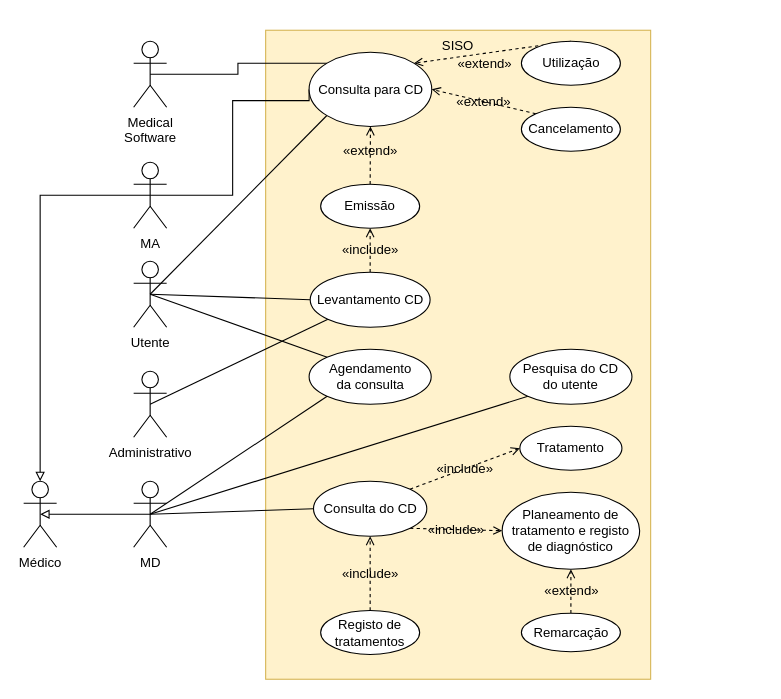
Before: page "2.4a" (2 of 3) of P/P2/P2.drawio in DavidAraujo98/AS, a draw.io diagram. Source tidied: cells renumbered, new cells numbered last; positions are measured from the earlier drawing's top-left corner, leaving out a move shared by most shapes. Both pictures are drawn from the tidied source at 110%, with x=0, y=0 at pixel (23, 30).
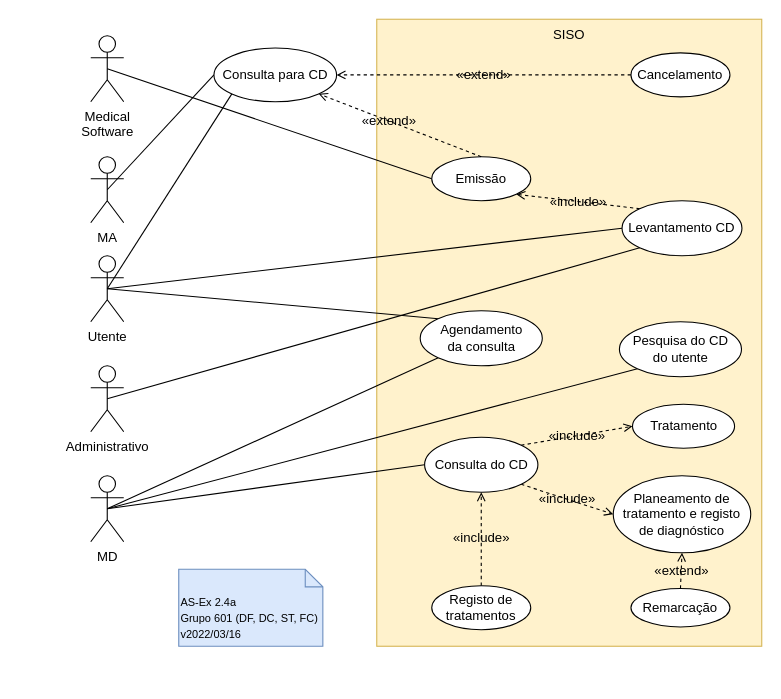
Above is the later version.

Diff of the diagram source:
```diff
@@
     <mxCell id="2" value="SISO" style="rounded=0;whiteSpace=wrap;html=1;verticalAlign=top;fillColor=#fff2cc;strokeColor=#d6b656;" parent="1" vertex="1">
-      <mxGeometry x="220" width="350" height="590" as="geometry" />
+      <mxGeometry x="321" y="-10" width="350" height="570" as="geometry" />
     </mxCell>
-    <mxCell id="3" value="Médico" style="shape=umlActor;verticalLabelPosition=bottom;verticalAlign=top;html=1;outlineConnect=0;" parent="1" vertex="1">
-      <mxGeometry y="410" width="30" height="60" as="geometry" />
-    </mxCell>
-    <mxCell id="4" style="edgeStyle=orthogonalEdgeStyle;rounded=0;jettySize=auto;html=1;exitX=0.5;exitY=0.5;exitDx=0;exitDy=0;exitPerimeter=0;entryX=0.5;entryY=0;entryDx=0;entryDy=0;entryPerimeter=0;labelBackgroundColor=none;fontSize=12;endArrow=block;endFill=0;" parent="1" edge="1" source="6" target="3">
-      <mxGeometry relative="1" as="geometry" />
-    </mxCell>
-    <mxCell id="5" style="edgeStyle=orthogonalEdgeStyle;rounded=0;jettySize=auto;html=1;exitX=0.5;exitY=0.5;exitDx=0;exitDy=0;exitPerimeter=0;entryX=0;entryY=0.5;entryDx=0;entryDy=0;labelBackgroundColor=none;fontSize=12;startArrow=none;startFill=0;endArrow=none;endFill=0;strokeColor=#000000;" parent="1" edge="1" source="6" target="18">
-      <mxGeometry relative="1" as="geometry">
-        <Array as="points">
-          <mxPoint x="190" y="150" />
-          <mxPoint x="190" y="64" />
-        </Array>
-      </mxGeometry>
+    <mxCell id="5" style="rounded=0;jettySize=auto;html=1;exitX=0.5;exitY=0.5;exitDx=0;exitDy=0;exitPerimeter=0;entryX=0;entryY=0.5;entryDx=0;entryDy=0;labelBackgroundColor=none;fontSize=12;startArrow=none;startFill=0;endArrow=none;endFill=0;strokeColor=#000000;" parent="1" edge="1" source="6" target="18">
+      <mxGeometry relative="1" as="geometry" />
     </mxCell>
     <mxCell id="6" value="MA" style="shape=umlActor;verticalLabelPosition=bottom;verticalAlign=top;html=1;outlineConnect=0;" parent="1" vertex="1">
-      <mxGeometry x="100" y="120" width="30" height="60" as="geometry" />
+      <mxGeometry x="61" y="115" width="30" height="60" as="geometry" />
     </mxCell>
-    <mxCell id="7" style="edgeStyle=orthogonalEdgeStyle;rounded=0;jettySize=auto;html=1;exitX=0.5;exitY=0.5;exitDx=0;exitDy=0;exitPerimeter=0;entryX=0.5;entryY=0.5;entryDx=0;entryDy=0;entryPerimeter=0;labelBackgroundColor=none;fontSize=12;endArrow=block;endFill=0;startArrow=none;startFill=0;" parent="1" edge="1" source="11" target="3">
-      <mxGeometry relative="1" as="geometry" />
-    </mxCell>
@@
     <mxCell id="11" value="MD" style="shape=umlActor;verticalLabelPosition=bottom;verticalAlign=top;html=1;outlineConnect=0;" parent="1" vertex="1">
-      <mxGeometry x="100" y="410" width="30" height="60" as="geometry" />
+      <mxGeometry x="61" y="405" width="30" height="60" as="geometry" />
     </mxCell>
@@
     <mxCell id="15" value="Utente" style="shape=umlActor;verticalLabelPosition=bottom;verticalAlign=top;html=1;outlineConnect=0;" parent="1" vertex="1">
-      <mxGeometry x="100" y="210" width="30" height="60" as="geometry" />
+      <mxGeometry x="61" y="205" width="30" height="60" as="geometry" />
     </mxCell>
-    <mxCell id="16" style="edgeStyle=orthogonalEdgeStyle;rounded=0;jettySize=auto;html=1;exitX=0.5;exitY=0.5;exitDx=0;exitDy=0;exitPerimeter=0;entryX=0;entryY=0;entryDx=0;entryDy=0;labelBackgroundColor=none;fontSize=12;endArrow=none;endFill=0;" parent="1" edge="1" source="17" target="18">
-      <mxGeometry relative="1" as="geometry" />
-    </mxCell>
+    <mxCell id="40" style="edgeStyle=none;rounded=0;jettySize=auto;html=1;exitX=0.5;exitY=0.5;exitDx=0;exitDy=0;exitPerimeter=0;entryX=0;entryY=0.5;entryDx=0;entryDy=0;labelBackgroundColor=none;fontSize=10;startArrow=none;startFill=0;endArrow=none;endFill=0;strokeColor=#000000;" parent="1" edge="1" source="17" target="19">
+      <mxGeometry relative="1" as="geometry" />
+    </mxCell>
     <mxCell id="17" value="Medical&lt;br&gt;Software" style="shape=umlActor;verticalLabelPosition=bottom;verticalAlign=top;html=1;outlineConnect=0;" parent="1" vertex="1">
-      <mxGeometry x="100" y="10" width="30" height="60" as="geometry" />
+      <mxGeometry x="61" y="5" width="30" height="60" as="geometry" />
     </mxCell>
     <mxCell id="18" value="Consulta para CD" style="ellipse;whiteSpace=wrap;html=1;" parent="1" vertex="1">
-      <mxGeometry x="259.5" y="20" width="111.5" height="67.5" as="geometry" />
+      <mxGeometry x="173" y="16.2" width="111.5" height="48.8" as="geometry" />
     </mxCell>
     <mxCell id="19" value="Emissão" style="ellipse;whiteSpace=wrap;html=1;fontSize=12;" parent="1" vertex="1">
-      <mxGeometry x="270" y="140" width="90" height="40" as="geometry" />
+      <mxGeometry x="371" y="115" width="90" height="40" as="geometry" />
     </mxCell>
@@
     <mxCell id="21" value="Administrativo" style="shape=umlActor;verticalLabelPosition=bottom;verticalAlign=top;html=1;outlineConnect=0;fontSize=12;" parent="1" vertex="1">
-      <mxGeometry x="100" y="310" width="30" height="60" as="geometry" />
+      <mxGeometry x="61" y="305" width="30" height="60" as="geometry" />
     </mxCell>
-    <mxCell id="22" value="«extend»" style="endArrow=open;dashed=1;html=1;rounded=0;labelBackgroundColor=none;fontSize=12;entryX=0.5;entryY=1;entryDx=0;entryDy=0;endFill=0;exitX=0.5;exitY=0;exitDx=0;exitDy=0;" parent="1" edge="1" source="19" target="18">
+    <mxCell id="22" value="«extend»" style="endArrow=open;dashed=1;html=1;rounded=0;labelBackgroundColor=none;fontSize=12;entryX=1;entryY=1;entryDx=0;entryDy=0;endFill=0;exitX=0.5;exitY=0;exitDx=0;exitDy=0;" parent="1" edge="1" source="19" target="18">
       <mxGeometry x="0.14" relative="1" as="geometry" />
     </mxCell>
-    <mxCell id="23" value="«extend»" style="edgeStyle=none;rounded=0;jettySize=auto;html=1;exitX=0;exitY=0;exitDx=0;exitDy=0;entryX=1;entryY=0.5;entryDx=0;entryDy=0;labelBackgroundColor=none;fontSize=12;startArrow=none;startFill=0;endArrow=open;endFill=0;dashed=1;" parent="1" edge="1" source="24" target="18">
+    <mxCell id="23" value="«extend»" style="edgeStyle=none;rounded=0;jettySize=auto;html=1;exitX=0;exitY=0.5;exitDx=0;exitDy=0;entryX=1;entryY=0.5;entryDx=0;entryDy=0;labelBackgroundColor=none;fontSize=12;startArrow=none;startFill=0;endArrow=open;endFill=0;dashed=1;" parent="1" edge="1" source="24" target="18">
       <mxGeometry relative="1" as="geometry" />
     </mxCell>
     <mxCell id="24" value="Cancelamento" style="ellipse;whiteSpace=wrap;html=1;fontSize=12;" parent="1" vertex="1">
-      <mxGeometry x="452.5" y="70" width="90" height="40" as="geometry" />
+      <mxGeometry x="552.1" y="20.6" width="90" height="40" as="geometry" />
     </mxCell>
-    <mxCell id="25" value="«extend»" style="edgeStyle=none;rounded=0;jettySize=auto;html=1;exitX=0.5;exitY=0;exitDx=0;exitDy=0;entryX=1;entryY=0;entryDx=0;entryDy=0;dashed=1;labelBackgroundColor=none;fontSize=12;startArrow=none;startFill=0;endArrow=open;endFill=0;" parent="1" edge="1" source="26" target="18">
-      <mxGeometry x="0.12" y="10" relative="1" as="geometry" />
-    </mxCell>
-    <mxCell id="26" value="Utilização" style="ellipse;whiteSpace=wrap;html=1;fontSize=12;" parent="1" vertex="1">
-      <mxGeometry x="452.5" y="10" width="90" height="40" as="geometry" />
-    </mxCell>
-    <mxCell id="27" value="«include»" style="edgeStyle=none;rounded=0;jettySize=auto;html=1;exitX=0.5;exitY=0;exitDx=0;exitDy=0;entryX=0.5;entryY=1;entryDx=0;entryDy=0;dashed=1;labelBackgroundColor=none;fontSize=12;startArrow=none;startFill=0;endArrow=open;endFill=0;" parent="1" edge="1" source="28" target="19">
+    <mxCell id="27" value="«include»" style="edgeStyle=none;rounded=0;jettySize=auto;html=1;exitX=0;exitY=0;exitDx=0;exitDy=0;entryX=1;entryY=1;entryDx=0;entryDy=0;dashed=1;labelBackgroundColor=none;fontSize=12;startArrow=none;startFill=0;endArrow=open;endFill=0;" parent="1" edge="1" source="28" target="19">
       <mxGeometry relative="1" as="geometry" />
     </mxCell>
     <mxCell id="28" value="Levantamento CD" style="ellipse;whiteSpace=wrap;html=1;fontSize=12;" parent="1" vertex="1">
-      <mxGeometry x="260.5" y="220" width="109" height="50" as="geometry" />
+      <mxGeometry x="544" y="155" width="109" height="50" as="geometry" />
     </mxCell>
     <mxCell id="29" value="Agendamento&lt;br&gt;da consulta" style="ellipse;whiteSpace=wrap;html=1;fontSize=12;" parent="1" vertex="1">
-      <mxGeometry x="259.5" y="290" width="111" height="50" as="geometry" />
+      <mxGeometry x="360.5" y="255" width="111" height="50" as="geometry" />
     </mxCell>
     <mxCell id="30" value="Pesquisa do CD&lt;br&gt;do utente" style="ellipse;whiteSpace=wrap;html=1;fontSize=12;" parent="1" vertex="1">
-      <mxGeometry x="442" y="290" width="111" height="50" as="geometry" />
+      <mxGeometry x="541.6" y="265" width="111" height="50" as="geometry" />
     </mxCell>
     <mxCell id="31" value="Planeamento de tratamento e registo de diagnóstico" style="ellipse;whiteSpace=wrap;html=1;fontSize=12;" parent="1" vertex="1">
-      <mxGeometry x="435" y="420" width="125" height="70" as="geometry" />
+      <mxGeometry x="536" y="405" width="125" height="70" as="geometry" />
     </mxCell>
     <mxCell id="32" value="Tratamento" style="ellipse;whiteSpace=wrap;html=1;fontSize=12;" parent="1" vertex="1">
-      <mxGeometry x="451.1" y="360" width="92.8" height="40" as="geometry" />
+      <mxGeometry x="553.5" y="340" width="92.8" height="40" as="geometry" />
     </mxCell>
@@
     <mxCell id="35" value="Consulta do CD" style="ellipse;whiteSpace=wrap;html=1;fontSize=12;" parent="1" vertex="1">
-      <mxGeometry x="263.5" y="410" width="103" height="50" as="geometry" />
+      <mxGeometry x="364.5" y="370" width="103" height="50" as="geometry" />
     </mxCell>
@@
     <mxCell id="37" value="Registo de tratamentos" style="ellipse;whiteSpace=wrap;html=1;fontSize=12;" parent="1" vertex="1">
-      <mxGeometry x="270" y="527.5" width="90" height="40" as="geometry" />
+      <mxGeometry x="371" y="505" width="90" height="40" as="geometry" />
     </mxCell>
@@
     <mxCell id="39" value="Remarcação" style="ellipse;whiteSpace=wrap;html=1;fontSize=12;" parent="1" vertex="1">
-      <mxGeometry x="452.5" y="530" width="90" height="35" as="geometry" />
+      <mxGeometry x="552.1" y="507.5" width="90" height="35" as="geometry" />
     </mxCell>
+    <mxCell id="41" value="&lt;font style=&quot;font-size: 10px&quot;&gt;AS-Ex 2.4a&lt;br&gt;Grupo 601 (DF, DC, ST, FC)&lt;br&gt;v2022/03/16&lt;/font&gt;" style="shape=note2;boundedLbl=1;whiteSpace=wrap;html=1;size=16;verticalAlign=top;align=left;fillColor=#dae8fc;strokeColor=#6c8ebf;" parent="1" vertex="1">
+      <mxGeometry x="141" y="490" width="131" height="70" as="geometry" />
+    </mxCell>
```
